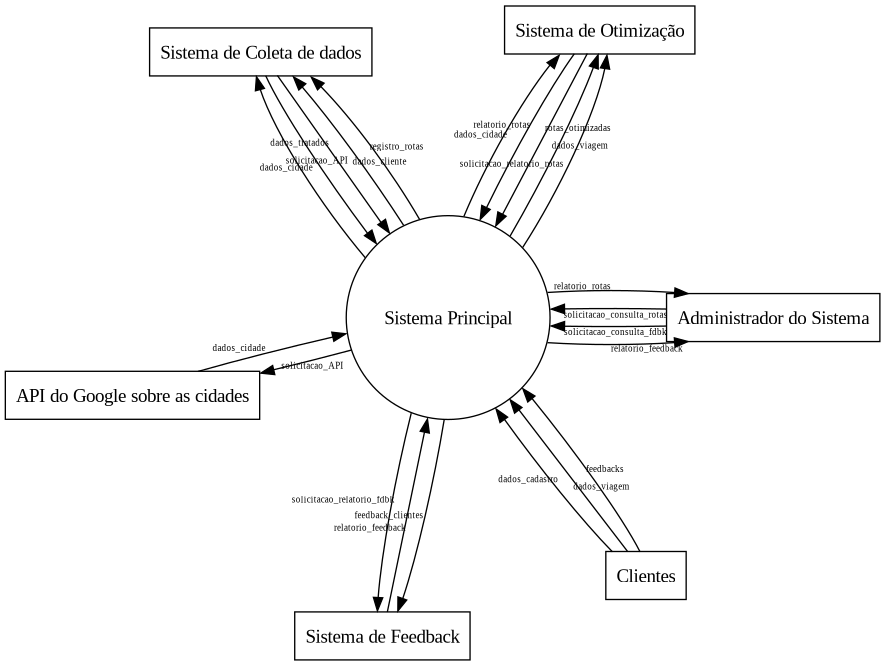
Before: Relatório/Semana-1/Diagramas/DFD0.png, a diagram exported from Graphviz (pedrodilallo/site_turismo_SIG). Its source is kept beside it as Relatório/Semana-1/Diagramas/DFD0.gv.
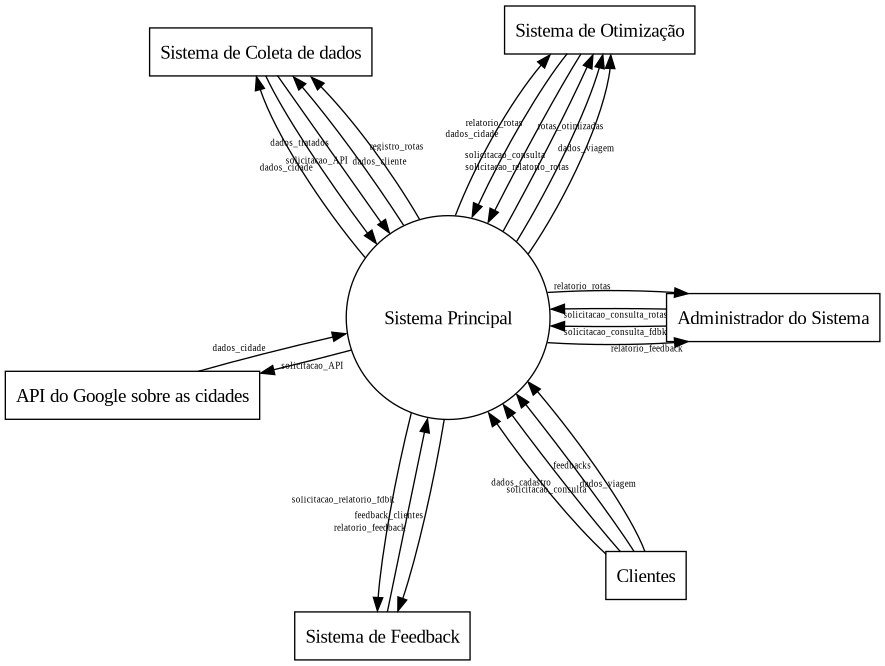
Above is the later version.

Commit message:
Correções DFD

Change to the diagram source:
```diff
@@ -24,12 +24,14 @@
     cliente -> sistema[label="dados_cadastro"]
     cliente -> sistema[label="feedbacks"]
     cliente -> sistema[label="dados_viagem"]
+    cliente -> sistema[label="solicitacao_consulta"]
 
     sys_admin -> sistema[label="solicitacao_consulta_fdbk"]
     sys_admin -> sistema[label="solicitacao_consulta_rotas"]
 
     otimizador -> sistema[label="rotas_otimizadas"]
     otimizador -> sistema[label="relatorio_rotas"]
+
 
     coletador -> sistema[label="dados_tratados"]
     coletador -> sistema[label="solicitacao_API"]
@@ -51,6 +53,7 @@
     sistema -> otimizador[label="dados_cidade"]
     sistema -> otimizador[label="solicitacao_relatorio_rotas"]
     sistema -> otimizador[label="dados_viagem"]
+    sistema -> otimizador[label="solicitacao_consulta"]
 
 
     sistema -> sys_admin[label="relatorio_rotas"]
```
